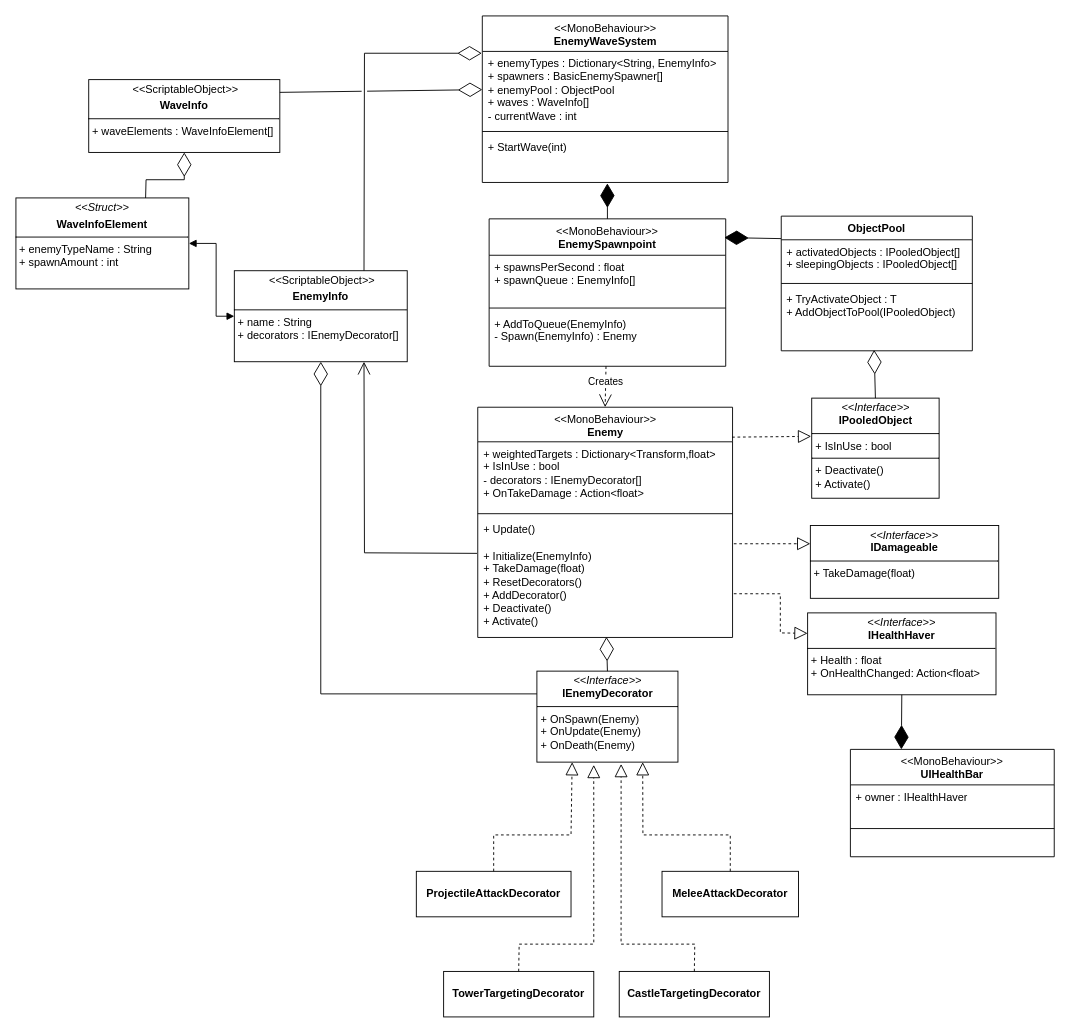
Roboolet/TowerDefenseEnemyDesignPatterns keeps this draw.io diagram as UML.drawio. Above is the earlier version. Source tidied: cells renumbered, new cells numbered last; positions are measured from the earlier drawing's top-left corner, leaving out a move shared by most shapes. Both pictures are drawn from the tidied source at 91%, with x=0, y=0 at pixel (15, 15).
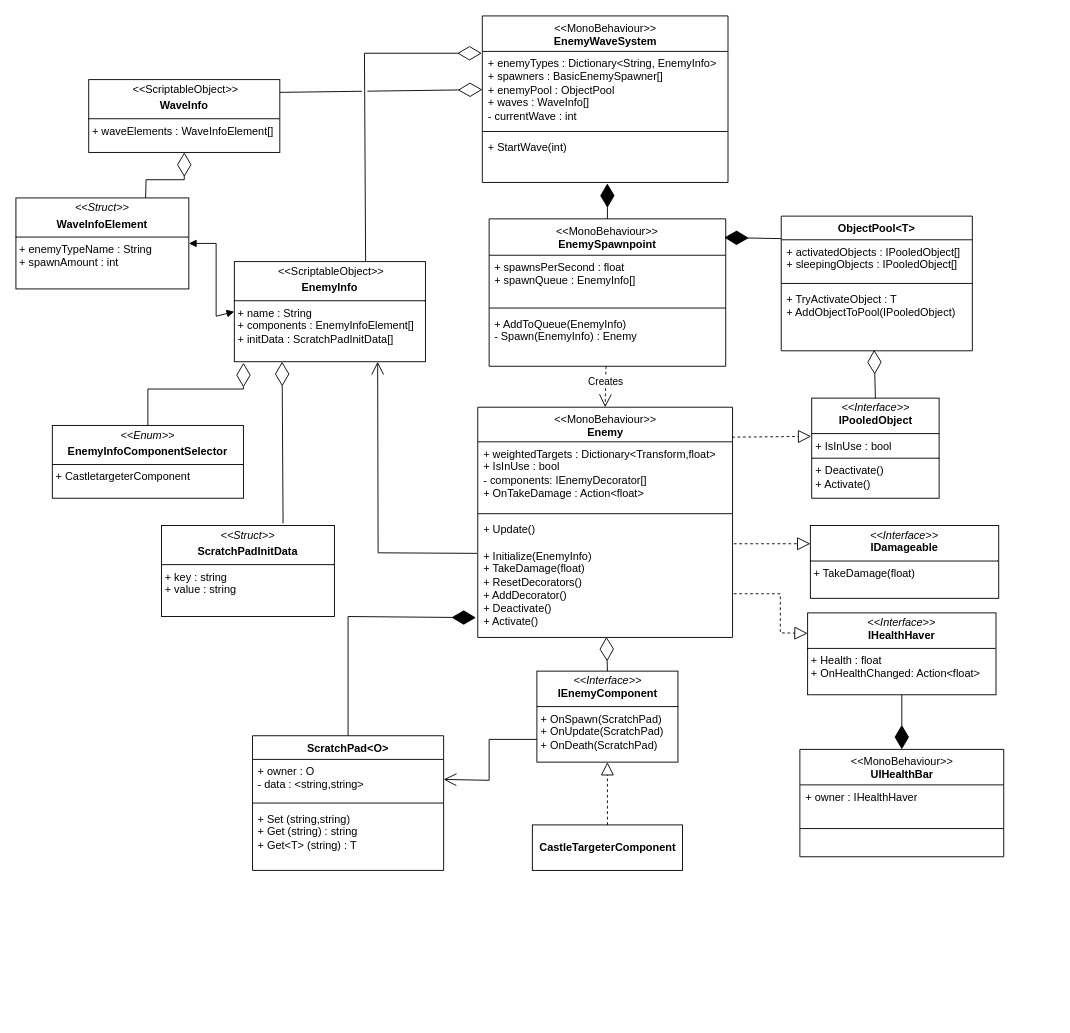
After the change.

Commit message (it also covers changes not shown here):
updated uml, simplified enemy component selector

Unchanged cells that the change refers to:
```xml
<mxCell id="2" value="&lt;span style=&quot;font-weight: 400;&quot;&gt;&amp;lt;&amp;lt;MonoBehaviour&amp;gt;&amp;gt;&lt;/span&gt;&lt;div&gt;Enemy&lt;/div&gt;" style="swimlane;fontStyle=1;align=center;verticalAlign=top;horizontal=1;startSize=38;whiteSpace=wrap;html=1;" parent="1" vertex="1">
  <mxGeometry x="507.5" y="430" width="280" height="253" as="geometry" />
</mxCell>
<mxCell id="5" value="+ Update()&lt;div&gt;&lt;span style=&quot;background-color: initial;&quot;&gt;&lt;br&gt;&lt;/span&gt;&lt;/div&gt;&lt;div&gt;&lt;span style=&quot;background-color: initial;&quot;&gt;+ Initialize(EnemyInfo)&lt;/span&gt;&lt;/div&gt;&lt;div&gt;&lt;span style=&quot;background-color: initial;&quot;&gt;+ TakeDamage(float)&lt;/span&gt;&lt;br&gt;&lt;/div&gt;&lt;div&gt;+ ResetDecorators()&lt;div&gt;+ AddDecorator()&lt;/div&gt;&lt;div&gt;+ Deactivate()&lt;/div&gt;&lt;div&gt;+ Activate()&lt;/div&gt;&lt;/div&gt;" style="text;strokeColor=none;fillColor=none;align=left;verticalAlign=top;spacingLeft=4;spacingRight=4;overflow=hidden;points=[[0,0.5],[1,0.5]];portConstraint=eastwest;whiteSpace=wrap;html=1;" parent="2" vertex="1">
  <mxGeometry y="121" width="280" height="132" as="geometry" />
</mxCell>
<mxCell id="26" value="+ enemyTypes : Dictionary&amp;lt;String, EnemyInfo&amp;gt;&lt;div&gt;&lt;div&gt;+ spawners : BasicEnemySpawner[]&lt;/div&gt;&lt;div&gt;+ enemyPool : ObjectPool&lt;br&gt;&lt;/div&gt;&lt;div&gt;+ waves : WaveInfo[]&lt;/div&gt;&lt;div&gt;- currentWave : int&lt;/div&gt;&lt;div&gt;&lt;br&gt;&lt;/div&gt;&lt;/div&gt;" style="text;strokeColor=none;fillColor=none;align=left;verticalAlign=top;spacingLeft=4;spacingRight=4;overflow=hidden;points=[[0,0.5],[1,0.5]];portConstraint=eastwest;whiteSpace=wrap;html=1;" parent="25" vertex="1">
  <mxGeometry y="39" width="270" height="84" as="geometry" />
</mxCell>
<mxCell id="42" value="&lt;p style=&quot;margin:0px;margin-top:4px;text-align:center;&quot;&gt;&lt;i&gt;&amp;lt;&amp;lt;Interface&amp;gt;&amp;gt;&lt;/i&gt;&lt;br&gt;&lt;b&gt;IHealthHaver&lt;/b&gt;&lt;/p&gt;&lt;hr size=&quot;1&quot; style=&quot;border-style:solid;&quot;&gt;&lt;p style=&quot;margin:0px;margin-left:4px;&quot;&gt;+ Health : float&lt;/p&gt;&lt;p style=&quot;margin:0px;margin-left:4px;&quot;&gt;+ OnHealthChanged: Action&amp;lt;float&amp;gt;&lt;/p&gt;&lt;p style=&quot;margin:0px;margin-left:4px;&quot;&gt;&lt;br&gt;&lt;/p&gt;" style="verticalAlign=top;align=left;overflow=fill;html=1;whiteSpace=wrap;" parent="1" vertex="1">
  <mxGeometry x="870" y="656" width="207" height="90" as="geometry" />
</mxCell>
```

What changed in the source:
```diff
@@
-    <mxCell id="3" value="+ weightedTargets : Dictionary&amp;lt;Transform,float&amp;gt;&lt;div&gt;+ IsInUse : bool&lt;br&gt;&lt;div&gt;- decorators : IEnemyDecorator[]&lt;br&gt;&lt;/div&gt;&lt;div&gt;+ OnTakeDamage : Action&amp;lt;float&amp;gt;&lt;/div&gt;&lt;/div&gt;" style="text;strokeColor=none;fillColor=none;align=left;verticalAlign=top;spacingLeft=4;spacingRight=4;overflow=hidden;whiteSpace=wrap;html=1;" parent="2" vertex="1">
+    <mxCell id="3" value="+ weightedTargets : Dictionary&amp;lt;Transform,float&amp;gt;&lt;div&gt;+ IsInUse : bool&lt;br&gt;&lt;div&gt;- components: IEnemyDecorator[]&lt;br&gt;&lt;/div&gt;&lt;div&gt;+ OnTakeDamage : Action&amp;lt;float&amp;gt;&lt;/div&gt;&lt;/div&gt;" style="text;strokeColor=none;fillColor=none;align=left;verticalAlign=top;spacingLeft=4;spacingRight=4;overflow=hidden;whiteSpace=wrap;html=1;" parent="2" vertex="1">
       <mxGeometry y="38" width="280" height="75" as="geometry" />
     </mxCell>
@@
-    <mxCell id="6" value="ObjectPool" style="swimlane;fontStyle=1;align=center;verticalAlign=top;horizontal=1;startSize=26;whiteSpace=wrap;html=1;" parent="1" vertex="1">
+    <mxCell id="6" value="ObjectPool&amp;lt;T&amp;gt;" style="swimlane;fontStyle=1;align=center;verticalAlign=top;horizontal=1;startSize=26;whiteSpace=wrap;html=1;" parent="1" vertex="1">
       <mxGeometry x="841" y="220" width="210" height="148" as="geometry" />
     </mxCell>
@@
-    <mxCell id="12" value="&lt;p style=&quot;margin:0px;margin-top:4px;text-align:center;&quot;&gt;&lt;i&gt;&amp;lt;&amp;lt;Interface&amp;gt;&amp;gt;&lt;/i&gt;&lt;br&gt;&lt;b&gt;IEnemyDecorator&lt;/b&gt;&lt;/p&gt;&lt;hr size=&quot;1&quot; style=&quot;border-style:solid;&quot;&gt;&lt;p style=&quot;margin:0px;margin-left:4px;&quot;&gt;&lt;/p&gt;&lt;p style=&quot;margin:0px;margin-left:4px;&quot;&gt;+ OnSpawn(Enemy)&lt;/p&gt;&lt;p style=&quot;margin:0px;margin-left:4px;&quot;&gt;+ OnUpdate(Enemy)&lt;/p&gt;&lt;p style=&quot;margin:0px;margin-left:4px;&quot;&gt;+ OnDeath(Enemy)&lt;/p&gt;" style="verticalAlign=top;align=left;overflow=fill;html=1;whiteSpace=wrap;" parent="1" vertex="1">
+    <mxCell id="12" value="&lt;p style=&quot;margin:0px;margin-top:4px;text-align:center;&quot;&gt;&lt;i&gt;&amp;lt;&amp;lt;Interface&amp;gt;&amp;gt;&lt;/i&gt;&lt;br&gt;&lt;b&gt;IEnemyComponent&lt;/b&gt;&lt;/p&gt;&lt;hr size=&quot;1&quot; style=&quot;border-style:solid;&quot;&gt;&lt;p style=&quot;margin:0px;margin-left:4px;&quot;&gt;&lt;/p&gt;&lt;p style=&quot;margin:0px;margin-left:4px;&quot;&gt;+ OnSpawn(ScratchPad)&lt;/p&gt;&lt;p style=&quot;margin:0px;margin-left:4px;&quot;&gt;+ OnUpdate(ScratchPad)&lt;/p&gt;&lt;p style=&quot;margin:0px;margin-left:4px;&quot;&gt;+ OnDeath(ScratchPad)&lt;/p&gt;" style="verticalAlign=top;align=left;overflow=fill;html=1;whiteSpace=wrap;" parent="1" vertex="1">
       <mxGeometry x="572.5" y="720" width="155" height="100" as="geometry" />
     </mxCell>
-    <mxCell id="13" value="&lt;b&gt;MeleeAttackDecorator&lt;/b&gt;" style="html=1;whiteSpace=wrap;" parent="1" vertex="1">
-      <mxGeometry x="710" y="940" width="150" height="50" as="geometry" />
-    </mxCell>
-    <mxCell id="14" value="&lt;b&gt;ProjectileAttackDecorator&lt;/b&gt;" style="html=1;whiteSpace=wrap;" parent="1" vertex="1">
-      <mxGeometry x="440" y="940" width="170" height="50" as="geometry" />
-    </mxCell>
-    <mxCell id="15" style="edgeStyle=orthogonalEdgeStyle;rounded=0;orthogonalLoop=1;jettySize=auto;html=1;exitX=0.5;exitY=1;exitDx=0;exitDy=0;" parent="1" edge="1" source="13" target="13">
-      <mxGeometry relative="1" as="geometry" />
+    <mxCell id="15" style="edgeStyle=orthogonalEdgeStyle;rounded=0;orthogonalLoop=1;jettySize=auto;html=1;exitX=0.5;exitY=1;exitDx=0;exitDy=0;" parent="1" edge="1">
+      <mxGeometry relative="1" as="geometry">
+        <mxPoint x="785" y="990" as="sourcePoint" />
+        <mxPoint x="785" y="990" as="targetPoint" />
+      </mxGeometry>
     </mxCell>
-    <mxCell id="16" style="endArrow=block;dashed=1;endFill=0;endSize=12;html=1;rounded=0;exitX=0.5;exitY=0;exitDx=0;exitDy=0;entryX=0.75;entryY=1;entryDx=0;entryDy=0;" parent="1" edge="1" source="13" target="12">
-      <mxGeometry relative="1" as="geometry">
-        <Array as="points">
-          <mxPoint x="785" y="900" />
-          <mxPoint x="689" y="900" />
-        </Array>
-      </mxGeometry>
-    </mxCell>
-    <mxCell id="17" style="endArrow=block;dashed=1;endFill=0;endSize=12;html=1;rounded=0;exitX=0.5;exitY=0;exitDx=0;exitDy=0;entryX=0.25;entryY=1;entryDx=0;entryDy=0;" parent="1" edge="1" source="14" target="12">
-      <mxGeometry relative="1" as="geometry">
-        <Array as="points">
-          <mxPoint x="525" y="900" />
-          <mxPoint x="610" y="900" />
-        </Array>
-      </mxGeometry>
-    </mxCell>
-    <mxCell id="18" value="&lt;b&gt;TowerTargetingDecorator&lt;/b&gt;" style="html=1;whiteSpace=wrap;" parent="1" vertex="1">
-      <mxGeometry x="470" y="1050" width="165" height="50" as="geometry" />
-    </mxCell>
-    <mxCell id="19" style="endArrow=block;dashed=1;endFill=0;endSize=12;html=1;rounded=0;exitX=0.5;exitY=0;exitDx=0;exitDy=0;entryX=0.403;entryY=1.03;entryDx=0;entryDy=0;entryPerimeter=0;" parent="1" edge="1" source="18" target="12">
-      <mxGeometry relative="1" as="geometry">
-        <Array as="points">
-          <mxPoint x="553" y="1020" />
-          <mxPoint x="635" y="1020" />
-        </Array>
-      </mxGeometry>
-    </mxCell>
-    <mxCell id="20" value="&lt;b&gt;CastleTargetingDecorator&lt;/b&gt;" style="html=1;whiteSpace=wrap;" parent="1" vertex="1">
-      <mxGeometry x="663" y="1050" width="165" height="50" as="geometry" />
+    <mxCell id="20" value="&lt;b&gt;CastleTargeterComponent&lt;/b&gt;" style="html=1;whiteSpace=wrap;" parent="1" vertex="1">
+      <mxGeometry x="567.5" y="889" width="165" height="50" as="geometry" />
     </mxCell>
-    <mxCell id="21" style="endArrow=block;dashed=1;endFill=0;endSize=12;html=1;rounded=0;exitX=0.5;exitY=0;exitDx=0;exitDy=0;entryX=0.597;entryY=1.02;entryDx=0;entryDy=0;entryPerimeter=0;" parent="1" edge="1" source="20" target="12">
-      <mxGeometry relative="1" as="geometry">
-        <Array as="points">
-          <mxPoint x="746" y="1020" />
-          <mxPoint x="665" y="1020" />
-        </Array>
-      </mxGeometry>
-    </mxCell>
-    <mxCell id="22" value="&lt;p style=&quot;margin:0px;margin-top:4px;text-align:center;&quot;&gt;&amp;nbsp;&lt;span style=&quot;background-color: initial;&quot;&gt;&amp;lt;&amp;lt;ScriptableObject&amp;gt;&amp;gt;&lt;/span&gt;&lt;b&gt;&lt;br&gt;&lt;/b&gt;&lt;/p&gt;&lt;p style=&quot;margin:0px;margin-top:4px;text-align:center;&quot;&gt;&lt;b&gt;EnemyInfo&lt;/b&gt;&lt;/p&gt;&lt;hr size=&quot;1&quot; style=&quot;border-style:solid;&quot;&gt;&lt;p style=&quot;margin:0px;margin-left:4px;&quot;&gt;+ name : String&lt;/p&gt;&lt;p style=&quot;margin:0px;margin-left:4px;&quot;&gt;+ decorators : IEnemyDecorator[]&lt;/p&gt;&lt;p style=&quot;margin:0px;margin-left:4px;&quot;&gt;&lt;br&gt;&lt;/p&gt;" style="verticalAlign=top;align=left;overflow=fill;html=1;whiteSpace=wrap;" parent="1" vertex="1">
-      <mxGeometry x="240" y="280" width="190" height="100" as="geometry" />
+    <mxCell id="22" value="&lt;p style=&quot;margin:0px;margin-top:4px;text-align:center;&quot;&gt;&amp;nbsp;&lt;span style=&quot;background-color: initial;&quot;&gt;&amp;lt;&amp;lt;ScriptableObject&amp;gt;&amp;gt;&lt;/span&gt;&lt;b&gt;&lt;br&gt;&lt;/b&gt;&lt;/p&gt;&lt;p style=&quot;margin:0px;margin-top:4px;text-align:center;&quot;&gt;&lt;b&gt;EnemyInfo&lt;/b&gt;&lt;/p&gt;&lt;hr size=&quot;1&quot; style=&quot;border-style:solid;&quot;&gt;&lt;p style=&quot;margin:0px;margin-left:4px;&quot;&gt;+ name : String&lt;/p&gt;&lt;p style=&quot;margin:0px;margin-left:4px;&quot;&gt;+ components : EnemyInfoElement[]&lt;/p&gt;&lt;p style=&quot;margin:0px;margin-left:4px;&quot;&gt;+ initData : ScratchPadInitData[]&lt;/p&gt;&lt;p style=&quot;margin:0px;margin-left:4px;&quot;&gt;&lt;br&gt;&lt;/p&gt;" style="verticalAlign=top;align=left;overflow=fill;html=1;whiteSpace=wrap;" parent="1" vertex="1">
+      <mxGeometry x="240" y="270" width="210" height="110" as="geometry" />
     </mxCell>
-    <mxCell id="23" style="endArrow=diamondThin;endFill=0;endSize=24;html=1;rounded=0;entryX=0.5;entryY=1;entryDx=0;entryDy=0;exitX=0;exitY=0.25;exitDx=0;exitDy=0;" parent="1" edge="1" source="12" target="22">
-      <mxGeometry relative="1" as="geometry">
-        <Array as="points">
-          <mxPoint x="335" y="745" />
-        </Array>
-      </mxGeometry>
-    </mxCell>
-    <mxCell id="24" style="endArrow=diamondThin;endFill=0;endSize=24;html=1;rounded=0;entryX=-0.002;entryY=0.024;entryDx=0;entryDy=0;exitX=0.75;exitY=0;exitDx=0;exitDy=0;entryPerimeter=0;" parent="1" edge="1" source="22" target="26">
+    <mxCell id="24" style="endArrow=diamondThin;endFill=0;endSize=24;html=1;rounded=0;entryX=-0.002;entryY=0.024;entryDx=0;entryDy=0;exitX=0.687;exitY=-0.005;exitDx=0;exitDy=0;entryPerimeter=0;exitPerimeter=0;" parent="1" edge="1" source="22" target="26">
       <mxGeometry relative="1" as="geometry">
         <Array as="points">
           <mxPoint x="383" y="41" />
         </Array>
       </mxGeometry>
     </mxCell>
@@
     <mxCell id="44" value="&lt;span style=&quot;font-weight: 400;&quot;&gt;&amp;lt;&amp;lt;MonoBehaviour&amp;gt;&amp;gt;&lt;/span&gt;&lt;div&gt;UIHealthBar&lt;/div&gt;" style="swimlane;fontStyle=1;align=center;verticalAlign=top;horizontal=1;startSize=39;whiteSpace=wrap;html=1;" parent="1" vertex="1">
-      <mxGeometry x="917" y="806" width="224" height="118" as="geometry" />
+      <mxGeometry x="861.5" y="806" width="224" height="118" as="geometry" />
     </mxCell>
@@
-    <mxCell id="50" style="endArrow=diamondThin;endFill=1;endSize=24;html=1;rounded=0;entryX=0.25;entryY=0;entryDx=0;entryDy=0;exitX=0.5;exitY=1;exitDx=0;exitDy=0;" parent="1" edge="1" source="42" target="44">
+    <mxCell id="50" style="endArrow=diamondThin;endFill=1;endSize=24;html=1;rounded=0;entryX=0.5;entryY=0;entryDx=0;entryDy=0;exitX=0.5;exitY=1;exitDx=0;exitDy=0;" parent="1" edge="1" source="42" target="44">
       <mxGeometry relative="1" as="geometry" />
     </mxCell>
@@
     <mxCell id="53" style="endArrow=open;endFill=1;endSize=12;html=1;rounded=0;entryX=0.75;entryY=1;entryDx=0;entryDy=0;exitX=-0.003;exitY=0.3;exitDx=0;exitDy=0;exitPerimeter=0;" parent="1" edge="1" source="5" target="22">
       <mxGeometry relative="1" as="geometry">
         <Array as="points">
-          <mxPoint x="383" y="590" />
+          <mxPoint x="398" y="590" />
         </Array>
       </mxGeometry>
     </mxCell>
+    <mxCell id="21" style="endArrow=block;dashed=1;endFill=0;endSize=12;html=1;rounded=0;exitX=0.5;exitY=0;exitDx=0;exitDy=0;entryX=0.5;entryY=1;entryDx=0;entryDy=0;" parent="1" edge="1" source="20" target="12">
+      <mxGeometry relative="1" as="geometry" />
+    </mxCell>
+    <mxCell id="54" value="ScratchPad&amp;lt;O&amp;gt;&lt;div&gt;&lt;br&gt;&lt;/div&gt;" style="swimlane;fontStyle=1;align=center;verticalAlign=top;horizontal=1;startSize=26;whiteSpace=wrap;html=1;" parent="1" vertex="1">
+      <mxGeometry x="260" y="791" width="210" height="148" as="geometry" />
+    </mxCell>
+    <mxCell id="55" value="+ owner : O&lt;div&gt;- data : &amp;lt;string,string&amp;gt;&lt;/div&gt;" style="text;strokeColor=none;fillColor=none;align=left;verticalAlign=top;spacingLeft=4;spacingRight=4;overflow=hidden;points=[[0,0.5],[1,0.5]];portConstraint=eastwest;whiteSpace=wrap;html=1;" parent="54" vertex="1">
+      <mxGeometry y="26" width="210" height="44" as="geometry" />
+    </mxCell>
+    <mxCell id="56" style="line;strokeWidth=1;fillColor=none;align=left;verticalAlign=middle;spacingTop=-1;spacingLeft=3;spacingRight=3;labelPosition=right;strokeColor=inherit;" parent="54" vertex="1">
+      <mxGeometry y="70" width="210" height="8" as="geometry" />
+    </mxCell>
+    <mxCell id="57" value="+ Set (string,string)&lt;div&gt;+ Get (string) : string&lt;/div&gt;&lt;div&gt;+ Get&amp;lt;T&amp;gt; (string) : T&lt;/div&gt;" style="text;strokeColor=none;fillColor=none;align=left;verticalAlign=top;spacingLeft=4;spacingRight=4;overflow=hidden;whiteSpace=wrap;html=1;" parent="54" vertex="1">
+      <mxGeometry y="78" width="210" height="70" as="geometry" />
+    </mxCell>
+    <mxCell id="58" style="endArrow=diamondThin;endFill=1;endSize=24;html=1;rounded=0;entryX=-0.007;entryY=0.835;entryDx=0;entryDy=0;entryPerimeter=0;exitX=0.5;exitY=0;exitDx=0;exitDy=0;jumpStyle=gap;" parent="1" edge="1" source="54" target="5">
+      <mxGeometry relative="1" as="geometry">
+        <Array as="points">
+          <mxPoint x="365" y="660" />
+        </Array>
+      </mxGeometry>
+    </mxCell>
+    <mxCell id="59" style="endArrow=open;endSize=12;html=1;rounded=0;exitX=0;exitY=0.75;exitDx=0;exitDy=0;entryX=1;entryY=0.5;entryDx=0;entryDy=0;" parent="1" edge="1" source="12" target="55">
+      <mxGeometry relative="1" as="geometry">
+        <Array as="points">
+          <mxPoint x="520" y="795" />
+          <mxPoint x="520" y="840" />
+        </Array>
+      </mxGeometry>
+    </mxCell>
+    <mxCell id="60" value="&lt;p style=&quot;margin:0px;margin-top:4px;text-align:center;&quot;&gt;&lt;i&gt;&amp;lt;&amp;lt;Enum&amp;gt;&amp;gt;&lt;/i&gt;&lt;b&gt;&lt;br&gt;&lt;/b&gt;&lt;/p&gt;&lt;p style=&quot;margin:0px;margin-top:4px;text-align:center;&quot;&gt;&lt;b&gt;EnemyInfoComponentSelector&lt;/b&gt;&lt;/p&gt;&lt;hr size=&quot;1&quot; style=&quot;border-style:solid;&quot;&gt;&lt;p style=&quot;margin:0px;margin-left:4px;&quot;&gt;+ CastletargeterComponent&lt;/p&gt;&lt;p style=&quot;margin:0px;margin-left:4px;&quot;&gt;&lt;br&gt;&lt;/p&gt;" style="verticalAlign=top;align=left;overflow=fill;html=1;whiteSpace=wrap;" parent="1" vertex="1">
+      <mxGeometry x="40" y="450" width="210" height="80" as="geometry" />
+    </mxCell>
+    <mxCell id="61" style="endArrow=diamondThin;endFill=0;endSize=24;html=1;rounded=0;entryX=0.048;entryY=1.011;entryDx=0;entryDy=0;exitX=0.5;exitY=0;exitDx=0;exitDy=0;entryPerimeter=0;" parent="1" edge="1" source="60" target="22">
+      <mxGeometry relative="1" as="geometry">
+        <Array as="points">
+          <mxPoint x="145" y="410" />
+          <mxPoint x="250" y="410" />
+        </Array>
+      </mxGeometry>
+    </mxCell>
+    <mxCell id="62" value="&lt;p style=&quot;margin:0px;margin-top:4px;text-align:center;&quot;&gt;&lt;i&gt;&amp;lt;&amp;lt;Struct&amp;gt;&amp;gt;&lt;/i&gt;&lt;b&gt;&lt;br&gt;&lt;/b&gt;&lt;/p&gt;&lt;p style=&quot;margin:0px;margin-top:4px;text-align:center;&quot;&gt;&lt;b&gt;ScratchPadInitData&lt;/b&gt;&lt;/p&gt;&lt;hr size=&quot;1&quot; style=&quot;border-style:solid;&quot;&gt;&lt;p style=&quot;margin:0px;margin-left:4px;&quot;&gt;+ key : string&lt;/p&gt;&lt;p style=&quot;margin:0px;margin-left:4px;&quot;&gt;+ value : string&lt;/p&gt;&lt;p style=&quot;margin:0px;margin-left:4px;&quot;&gt;&lt;br&gt;&lt;/p&gt;" style="verticalAlign=top;align=left;overflow=fill;html=1;whiteSpace=wrap;" parent="1" vertex="1">
+      <mxGeometry x="160" y="560" width="190" height="100" as="geometry" />
+    </mxCell>
+    <mxCell id="63" style="endArrow=diamondThin;endFill=0;endSize=24;html=1;rounded=0;entryX=0.25;entryY=1;entryDx=0;entryDy=0;exitX=0.703;exitY=-0.024;exitDx=0;exitDy=0;exitPerimeter=0;" parent="1" edge="1" source="62" target="22">
+      <mxGeometry relative="1" as="geometry" />
+    </mxCell>
```
